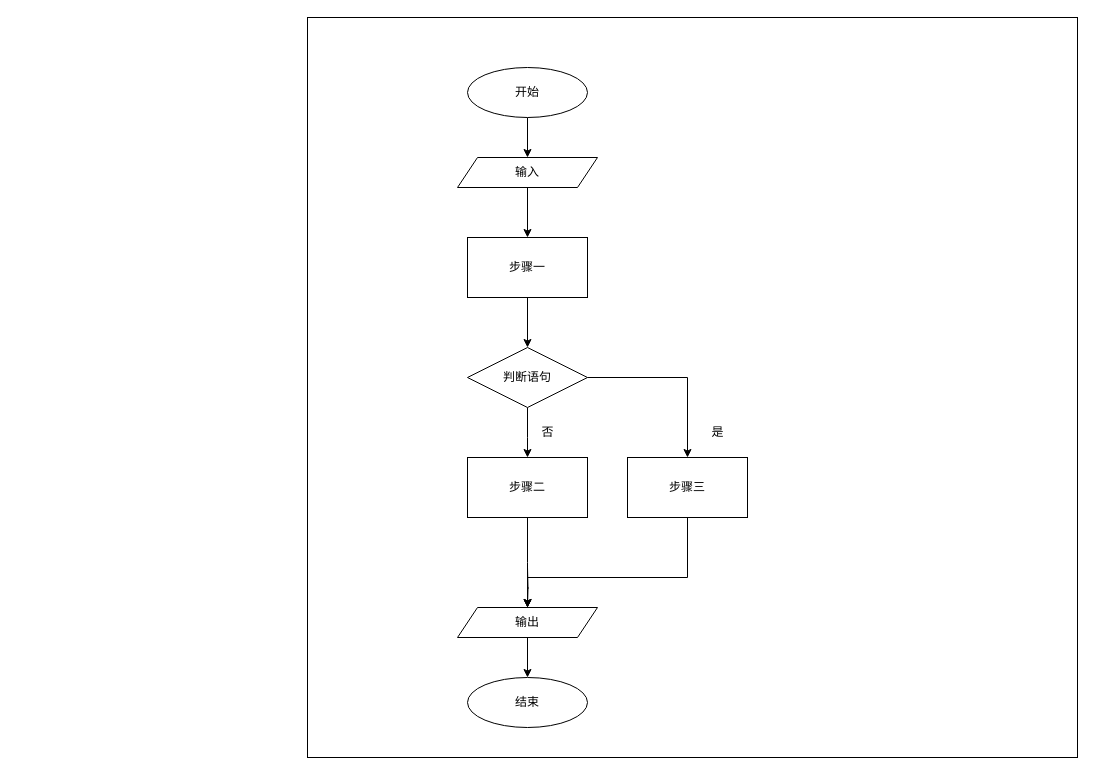
Before: page "第 1 页" (1 of 2) of Drawio/推理流程圖.drawio in Todayonlymyself/ImageHosting, a draw.io diagram. Source tidied: cells renumbered, new cells numbered last; positions are measured from the earlier drawing's top-left corner, leaving out a move shared by most shapes. Both pictures are drawn from the tidied source at 100%, with x=0, y=0 at pixel (307, 17).
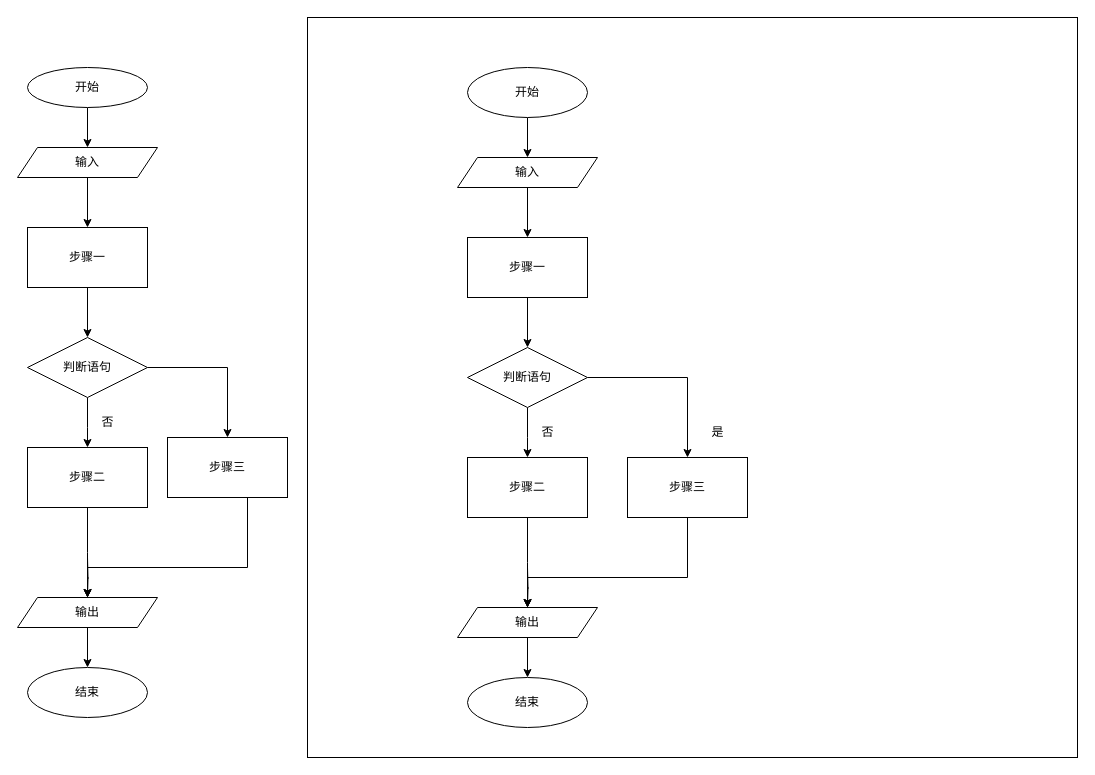
After the change.

Change to the diagram source:
```diff
@@
+    <mxCell id="22" style="edgeStyle=orthogonalEdgeStyle;rounded=0;jettySize=auto;html=1;entryX=0.5;entryY=0;entryDx=0;entryDy=0;" parent="1" edge="1" source="23" target="26">
+      <mxGeometry relative="1" as="geometry" />
+    </mxCell>
+    <mxCell id="23" value="步骤一" style="rounded=0;whiteSpace=wrap;html=1;" parent="1" vertex="1">
+      <mxGeometry x="-280" y="210" width="120" height="60" as="geometry" />
+    </mxCell>
+    <mxCell id="24" style="edgeStyle=orthogonalEdgeStyle;rounded=0;jettySize=auto;html=1;" parent="1" edge="1" source="26" target="31">
+      <mxGeometry relative="1" as="geometry">
+        <Array as="points">
+          <mxPoint x="-220" y="410" />
+          <mxPoint x="-220" y="410" />
+        </Array>
+      </mxGeometry>
+    </mxCell>
+    <mxCell id="25" style="edgeStyle=orthogonalEdgeStyle;rounded=0;jettySize=auto;html=1;entryX=0.5;entryY=0;entryDx=0;entryDy=0;" parent="1" edge="1" source="26" target="34">
+      <mxGeometry relative="1" as="geometry" />
+    </mxCell>
+    <mxCell id="26" value="判断语句" style="rhombus;whiteSpace=wrap;html=1;" parent="1" vertex="1">
+      <mxGeometry x="-280" y="320" width="120" height="60" as="geometry" />
+    </mxCell>
+    <mxCell id="27" style="edgeStyle=orthogonalEdgeStyle;rounded=0;jettySize=auto;html=1;" parent="1" edge="1" source="28" target="23">
+      <mxGeometry relative="1" as="geometry" />
+    </mxCell>
+    <mxCell id="28" value="输入" style="shape=parallelogram;perimeter=parallelogramPerimeter;whiteSpace=wrap;html=1;fixedSize=1;" parent="1" vertex="1">
+      <mxGeometry x="-290" y="130" width="140" height="30" as="geometry" />
+    </mxCell>
+    <mxCell id="29" style="edgeStyle=orthogonalEdgeStyle;rounded=0;orthogonalLoop=1;jettySize=auto;html=1;entryX=0.5;entryY=0;entryDx=0;entryDy=0;" parent="1" edge="1">
+      <mxGeometry relative="1" as="geometry">
+        <mxPoint x="-220" y="540" as="sourcePoint" />
+        <mxPoint x="-220" y="580" as="targetPoint" />
+      </mxGeometry>
+    </mxCell>
+    <mxCell id="30" style="edgeStyle=orthogonalEdgeStyle;rounded=0;jettySize=auto;html=1;" parent="1" edge="1" source="31">
+      <mxGeometry relative="1" as="geometry">
+        <mxPoint x="-220" y="580" as="targetPoint" />
+      </mxGeometry>
+    </mxCell>
+    <mxCell id="31" value="步骤二" style="rounded=0;whiteSpace=wrap;html=1;" parent="1" vertex="1">
+      <mxGeometry x="-280" y="430" width="120" height="60" as="geometry" />
+    </mxCell>
+    <mxCell id="32" value="否" style="text;html=1;align=center;verticalAlign=middle;strokeColor=none;fillColor=none;" parent="1" vertex="1">
+      <mxGeometry x="-220" y="390" width="40" height="30" as="geometry" />
+    </mxCell>
+    <mxCell id="33" style="edgeStyle=orthogonalEdgeStyle;rounded=0;jettySize=auto;html=1;entryX=0.5;entryY=0;entryDx=0;entryDy=0;" parent="1" edge="1" source="34">
+      <mxGeometry relative="1" as="geometry">
+        <mxPoint x="-220" y="580" as="targetPoint" />
+        <Array as="points">
+          <mxPoint x="-60" y="550" />
+          <mxPoint x="-220" y="550" />
+        </Array>
+      </mxGeometry>
+    </mxCell>
+    <mxCell id="34" value="步骤三" style="rounded=0;whiteSpace=wrap;html=1;" parent="1" vertex="1">
+      <mxGeometry x="-140" y="420" width="120" height="60" as="geometry" />
+    </mxCell>
+    <mxCell id="35" value="结束" style="ellipse;whiteSpace=wrap;html=1;" parent="1" vertex="1">
+      <mxGeometry x="-280" y="650" width="120" height="50" as="geometry" />
+    </mxCell>
+    <mxCell id="36" style="edgeStyle=orthogonalEdgeStyle;rounded=0;jettySize=auto;html=1;" parent="1" edge="1" source="37" target="35">
+      <mxGeometry relative="1" as="geometry" />
+    </mxCell>
+    <mxCell id="37" value="输出" style="shape=parallelogram;perimeter=parallelogramPerimeter;whiteSpace=wrap;html=1;fixedSize=1;" parent="1" vertex="1">
+      <mxGeometry x="-290" y="580" width="140" height="30" as="geometry" />
+    </mxCell>
+    <mxCell id="38" style="edgeStyle=orthogonalEdgeStyle;rounded=0;jettySize=auto;html=1;entryX=0.5;entryY=0;entryDx=0;entryDy=0;" parent="1" edge="1" source="39" target="28">
+      <mxGeometry relative="1" as="geometry" />
+    </mxCell>
+    <mxCell id="39" value="开始" style="ellipse;whiteSpace=wrap;html=1;" parent="1" vertex="1">
+      <mxGeometry x="-280" y="50" width="120" height="40" as="geometry" />
+    </mxCell>
```
